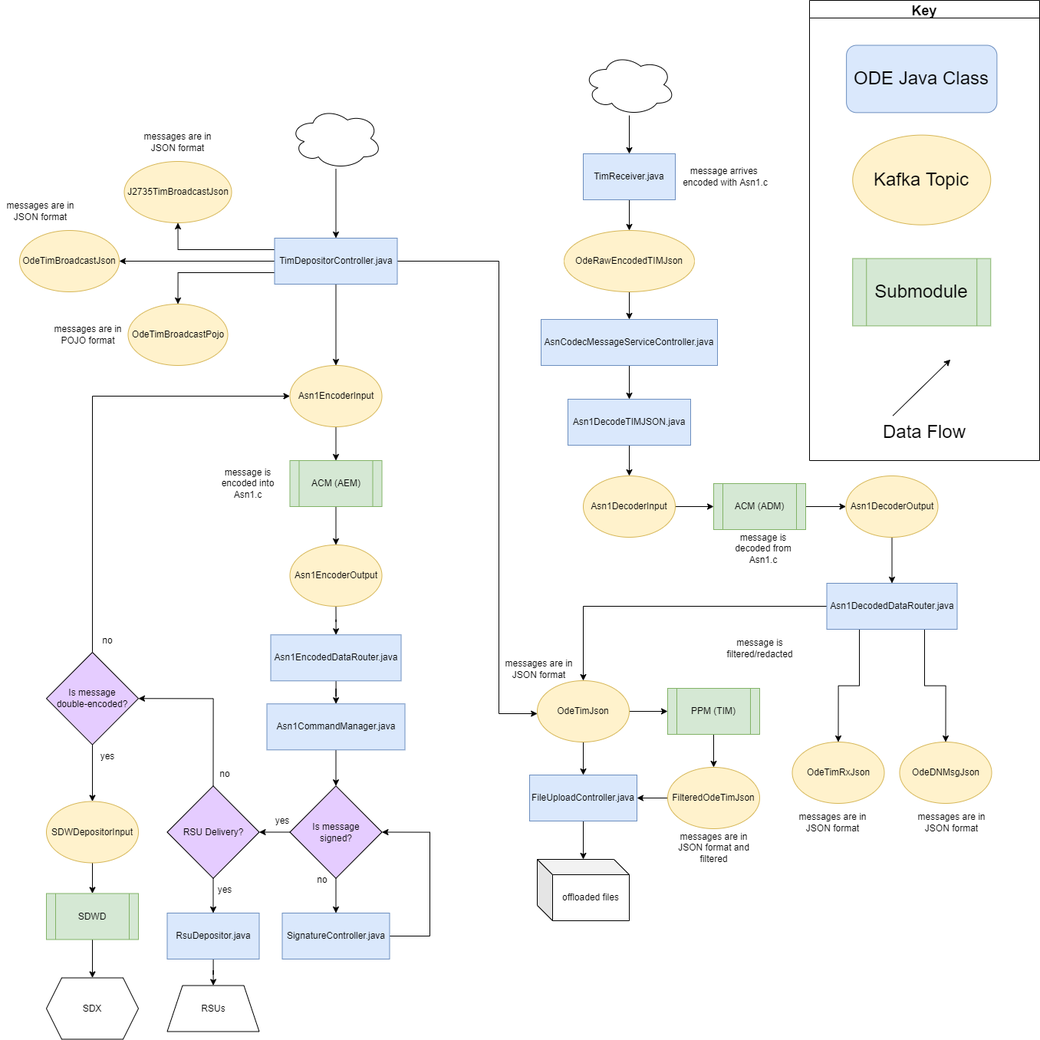
Earlier version of the draw.io export docs/data-flow-diagrams/tim/TIM Data Flow.drawio.png (usdot-jpo-ode/jpo-ode). Source tidied: cells renumbered, new cells last; positions are measured from the earlier drawing's top-left corner, leaving out a move shared by most shapes.
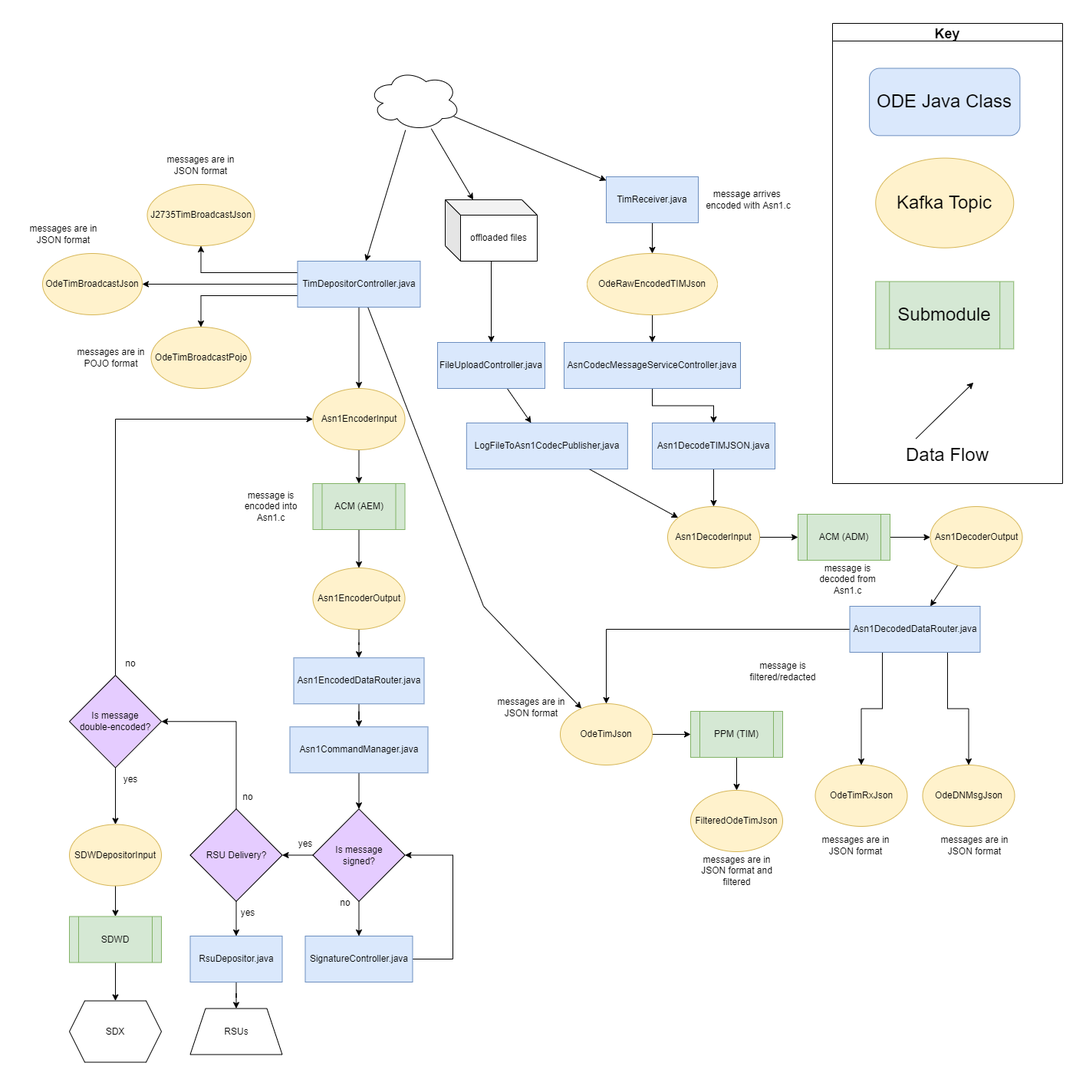
Above is the later version.

What changed in the source:
```diff
@@ -18,7 +18,7 @@
       <mxGeometry relative="1" as="geometry" />
     </mxCell>
     <mxCell id="7" value="ACM (ADM)" style="shape=process;whiteSpace=wrap;html=1;backgroundOutline=1;fillColor=#d5e8d4;strokeColor=#82b366;" parent="1" vertex="1">
-      <mxGeometry x="930" y="630" width="120" height="60" as="geometry" />
+      <mxGeometry x="1010" y="640" width="120" height="60" as="geometry" />
     </mxCell>
     <mxCell id="8" style="edgeStyle=orthogonalEdgeStyle;rounded=0;jettySize=auto;html=1;" parent="1" edge="1" source="9" target="21">
       <mxGeometry relative="1" as="geometry" />
@@ -30,20 +30,14 @@
       <mxGeometry relative="1" as="geometry" />
     </mxCell>
     <mxCell id="11" value="Asn1DecoderInput" style="ellipse;whiteSpace=wrap;html=1;fillColor=#fff2cc;strokeColor=#d6b656;" parent="1" vertex="1">
-      <mxGeometry x="760" y="620" width="120" height="80" as="geometry" />
+      <mxGeometry x="840" y="630" width="120" height="80" as="geometry" />
     </mxCell>
-    <mxCell id="12" style="edgeStyle=orthogonalEdgeStyle;rounded=0;jettySize=auto;html=1;" parent="1" edge="1" source="13" target="5">
+    <mxCell id="12" style="rounded=0;jettySize=auto;html=1;" parent="1" edge="1" source="13" target="5">
       <mxGeometry relative="1" as="geometry" />
     </mxCell>
     <mxCell id="13" value="Asn1DecoderOutput" style="ellipse;whiteSpace=wrap;html=1;fillColor=#fff2cc;strokeColor=#d6b656;" parent="1" vertex="1">
-      <mxGeometry x="1102.5" y="620" width="120" height="80" as="geometry" />
+      <mxGeometry x="1182.5" y="630" width="120" height="80" as="geometry" />
     </mxCell>
-    <mxCell id="14" style="edgeStyle=orthogonalEdgeStyle;rounded=0;jettySize=auto;html=1;" parent="1" edge="1" source="15" target="68">
-      <mxGeometry relative="1" as="geometry" />
-    </mxCell>
-    <mxCell id="15" value="FileUploadController.java" style="rounded=0;whiteSpace=wrap;html=1;fillColor=#dae8fc;strokeColor=#6c8ebf;" parent="1" vertex="1">
-      <mxGeometry x="690" y="1010" width="140" height="60" as="geometry" />
-    </mxCell>
     <mxCell id="16" style="edgeStyle=orthogonalEdgeStyle;rounded=0;jettySize=auto;html=1;entryX=0.5;entryY=0;entryDx=0;entryDy=0;" parent="1" edge="1" source="17" target="19">
       <mxGeometry relative="1" as="geometry" />
     </mxCell>
@@ -60,7 +54,7 @@
       <mxGeometry relative="1" as="geometry" />
     </mxCell>
     <mxCell id="21" value="Asn1DecodeTIMJSON.java" style="rounded=0;whiteSpace=wrap;html=1;fillColor=#dae8fc;strokeColor=#6c8ebf;" parent="1" vertex="1">
-      <mxGeometry x="740" y="520" width="160" height="60" as="geometry" />
+      <mxGeometry x="820" y="521" width="160" height="60" as="geometry" />
     </mxCell>
     <mxCell id="22" value="OdeDNMsgJson" style="ellipse;whiteSpace=wrap;html=1;fillColor=#fff2cc;strokeColor=#d6b656;" parent="1" vertex="1">
       <mxGeometry x="1172.5" y="967" width="120" height="80" as="geometry" />
@@ -71,20 +65,16 @@
     <mxCell id="24" style="edgeStyle=orthogonalEdgeStyle;rounded=0;jettySize=auto;html=1;entryX=0;entryY=0.5;entryDx=0;entryDy=0;exitX=1;exitY=0.5;exitDx=0;exitDy=0;" parent="1" edge="1" source="26" target="35">
       <mxGeometry relative="1" as="geometry" />
     </mxCell>
-    <mxCell id="25" style="edgeStyle=orthogonalEdgeStyle;rounded=0;jettySize=auto;html=1;" parent="1" edge="1" source="26" target="15">
-      <mxGeometry relative="1" as="geometry" />
-    </mxCell>
     <mxCell id="26" value="OdeTimJson" style="ellipse;whiteSpace=wrap;html=1;fillColor=#fff2cc;strokeColor=#d6b656;" parent="1" vertex="1">
       <mxGeometry x="700" y="887" width="120" height="80" as="geometry" />
     </mxCell>
     <mxCell id="27" style="edgeStyle=orthogonalEdgeStyle;rounded=0;jettySize=auto;html=1;" parent="1" edge="1" source="32" target="39">
       <mxGeometry relative="1" as="geometry" />
     </mxCell>
-    <mxCell id="28" style="edgeStyle=orthogonalEdgeStyle;rounded=0;jettySize=auto;html=1;" parent="1" edge="1" source="32" target="26">
+    <mxCell id="28" style="rounded=0;jettySize=auto;html=1;" parent="1" edge="1" source="32" target="26">
       <mxGeometry relative="1" as="geometry">
         <Array as="points">
-          <mxPoint x="650" y="340" />
-          <mxPoint x="650" y="930" />
+          <mxPoint x="600" y="760" />
         </Array>
       </mxGeometry>
     </mxCell>
@@ -109,9 +99,6 @@
     <mxCell id="35" value="PPM (TIM)" style="shape=process;whiteSpace=wrap;html=1;backgroundOutline=1;fillColor=#d5e8d4;strokeColor=#82b366;" parent="1" vertex="1">
       <mxGeometry x="870" y="897" width="120" height="60" as="geometry" />
     </mxCell>
-    <mxCell id="36" style="edgeStyle=orthogonalEdgeStyle;rounded=0;jettySize=auto;html=1;entryX=1;entryY=0.5;entryDx=0;entryDy=0;exitX=0;exitY=0.5;exitDx=0;exitDy=0;" parent="1" edge="1" source="37" target="15">
-      <mxGeometry relative="1" as="geometry" />
-    </mxCell>
     <mxCell id="37" value="FilteredOdeTimJson" style="ellipse;whiteSpace=wrap;html=1;fillColor=#fff2cc;strokeColor=#d6b656;" parent="1" vertex="1">
       <mxGeometry x="870" y="1000" width="120" height="80" as="geometry" />
     </mxCell>
@@ -133,12 +120,6 @@
     <mxCell id="43" value="Asn1EncoderOutput" style="ellipse;whiteSpace=wrap;html=1;fillColor=#fff2cc;strokeColor=#d6b656;" parent="1" vertex="1">
       <mxGeometry x="377.5" y="710" width="120" height="80" as="geometry" />
     </mxCell>
-    <mxCell id="44" style="edgeStyle=orthogonalEdgeStyle;rounded=0;jettySize=auto;html=1;" parent="1" edge="1" source="45" target="17">
-      <mxGeometry relative="1" as="geometry" />
-    </mxCell>
-    <mxCell id="45" style="ellipse;shape=cloud;whiteSpace=wrap;html=1;" parent="1" vertex="1">
-      <mxGeometry x="760" y="70" width="120" height="80" as="geometry" />
-    </mxCell>
     <mxCell id="46" value="OdeTimBroadcastPojo" style="ellipse;whiteSpace=wrap;html=1;fillColor=#fff2cc;strokeColor=#d6b656;" parent="1" vertex="1">
       <mxGeometry x="166.5" y="396" width="130" height="80" as="geometry" />
     </mxCell>
@@ -173,7 +154,7 @@
       <mxGeometry x="880" y="215" width="130" height="30" as="geometry" />
     </mxCell>
     <mxCell id="56" value="message is decoded from Asn1.c" style="text;html=1;strokeColor=none;fillColor=none;align=center;verticalAlign=middle;whiteSpace=wrap;rounded=0;" parent="1" vertex="1">
-      <mxGeometry x="940" y="690" width="110" height="50" as="geometry" />
+      <mxGeometry x="1020" y="700" width="110" height="50" as="geometry" />
     </mxCell>
     <mxCell id="57" value="message is filtered/redacted" style="text;html=1;strokeColor=none;fillColor=none;align=center;verticalAlign=middle;whiteSpace=wrap;rounded=0;" parent="1" vertex="1">
       <mxGeometry x="937.5" y="820" width="105" height="50" as="geometry" />
@@ -182,7 +163,7 @@
       <mxGeometry x="267.5" y="605" width="110" height="50" as="geometry" />
     </mxCell>
     <mxCell id="59" value="messages are in JSON format" style="text;html=1;strokeColor=none;fillColor=none;align=center;verticalAlign=middle;whiteSpace=wrap;rounded=0;" parent="1" vertex="1">
-      <mxGeometry x="650" y="847" width="105" height="50" as="geometry" />
+      <mxGeometry x="610" y="867.2" width="105" height="50" as="geometry" />
     </mxCell>
     <mxCell id="60" value="messages are in JSON format" style="text;html=1;strokeColor=none;fillColor=none;align=center;verticalAlign=middle;whiteSpace=wrap;rounded=0;" parent="1" vertex="1">
       <mxGeometry x="1032.5" y="1047" width="105" height="50" as="geometry" />
@@ -202,15 +183,18 @@
     <mxCell id="65" value="messages are in JSON format and filtered" style="text;html=1;strokeColor=none;fillColor=none;align=center;verticalAlign=middle;whiteSpace=wrap;rounded=0;" parent="1" vertex="1">
       <mxGeometry x="877.5" y="1080" width="105" height="50" as="geometry" />
     </mxCell>
-    <mxCell id="66" style="edgeStyle=orthogonalEdgeStyle;rounded=0;jettySize=auto;html=1;" parent="1" edge="1" source="67" target="32">
+    <mxCell id="66" style="rounded=0;jettySize=auto;html=1;" parent="1" edge="1" source="67" target="32">
       <mxGeometry relative="1" as="geometry" />
     </mxCell>
+    <mxCell id="98" style="rounded=0;jettySize=auto;html=1;" parent="1" edge="1" source="67" target="68">
+      <mxGeometry relative="1" as="geometry" />
+    </mxCell>
+    <mxCell id="99" style="edgeStyle=none;rounded=0;jettySize=auto;html=1;" parent="1" edge="1" source="67" target="17">
+      <mxGeometry relative="1" as="geometry" />
+    </mxCell>
     <mxCell id="67" style="ellipse;shape=cloud;whiteSpace=wrap;html=1;" parent="1" vertex="1">
-      <mxGeometry x="377.5" y="140" width="120" height="80" as="geometry" />
+      <mxGeometry x="450" y="60" width="120" height="80" as="geometry" />
     </mxCell>
-    <mxCell id="68" value="offloaded files" style="shape=cube;whiteSpace=wrap;html=1;boundedLbl=1;backgroundOutline=1;darkOpacity=0.05;darkOpacity2=0.1;" parent="1" vertex="1">
-      <mxGeometry x="700" y="1120" width="120" height="80" as="geometry" />
-    </mxCell>
     <mxCell id="69" style="edgeStyle=orthogonalEdgeStyle;rounded=0;jettySize=auto;html=1;entryX=0.5;entryY=0;entryDx=0;entryDy=0;" parent="1" edge="1" source="70" target="93">
       <mxGeometry relative="1" as="geometry" />
     </mxCell>
@@ -303,5 +287,23 @@
     <mxCell id="97" value="SignatureController.java" style="rounded=0;whiteSpace=wrap;html=1;fillColor=#dae8fc;strokeColor=#6c8ebf;" parent="1" vertex="1">
       <mxGeometry x="367.5" y="1190" width="140" height="60" as="geometry" />
     </mxCell>
+    <mxCell id="100" style="rounded=0;jettySize=auto;html=1;" parent="1" edge="1" source="15" target="103">
+      <mxGeometry relative="1" as="geometry" />
+    </mxCell>
+    <mxCell id="15" value="FileUploadController.java" style="rounded=0;whiteSpace=wrap;html=1;fillColor=#dae8fc;strokeColor=#6c8ebf;" parent="1" vertex="1">
+      <mxGeometry x="540" y="416" width="140" height="60" as="geometry" />
+    </mxCell>
+    <mxCell id="101" style="rounded=0;jettySize=auto;html=1;" parent="1" edge="1" source="68" target="15">
+      <mxGeometry relative="1" as="geometry" />
+    </mxCell>
+    <mxCell id="68" value="offloaded files" style="shape=cube;whiteSpace=wrap;html=1;boundedLbl=1;backgroundOutline=1;darkOpacity=0.05;darkOpacity2=0.1;" parent="1" vertex="1">
+      <mxGeometry x="550" y="230" width="120" height="80" as="geometry" />
+    </mxCell>
+    <mxCell id="102" style="edgeStyle=none;rounded=0;jettySize=auto;html=1;" parent="1" edge="1" source="103" target="11">
+      <mxGeometry relative="1" as="geometry" />
+    </mxCell>
+    <mxCell id="103" value="LogFileToAsn1CodecPublisher,java" style="rounded=0;whiteSpace=wrap;html=1;fillColor=#dae8fc;strokeColor=#6c8ebf;" parent="1" vertex="1">
+      <mxGeometry x="577.8" y="521" width="210" height="60" as="geometry" />
+    </mxCell>
   </root>
 </mxGraphModel>
```
